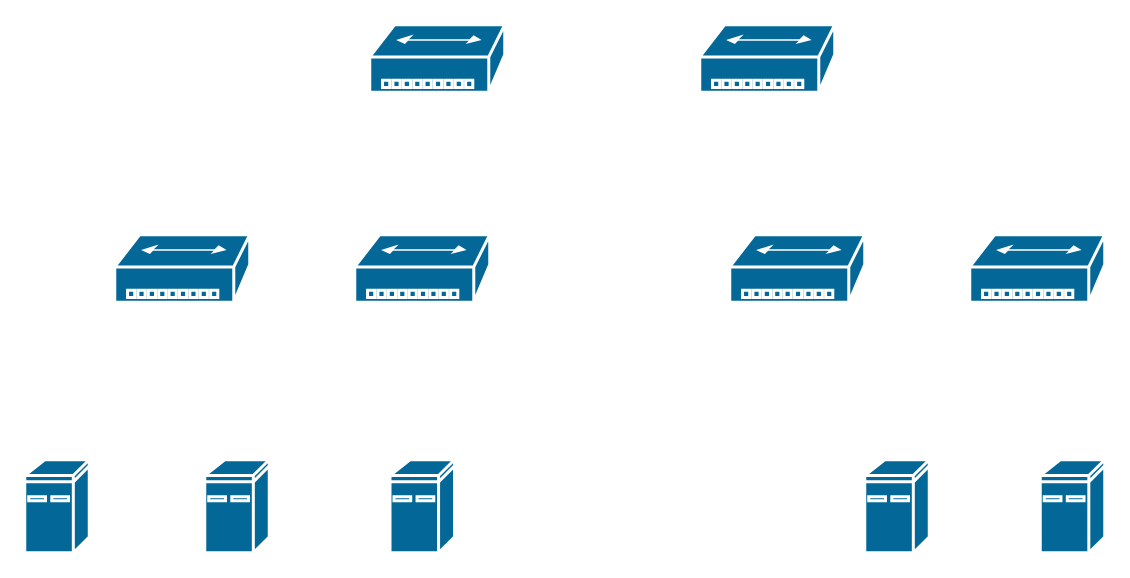
hel-2000/network-draw keeps this draw.io diagram as ib-h100.drawio. Above is the earlier version. Source tidied: cells renumbered, new cells numbered last; positions are measured from the earlier drawing's top-left corner, leaving out a move shared by most shapes. Both pictures are drawn from the tidied source at 150%, with x=0, y=0 at pixel (24, 24).
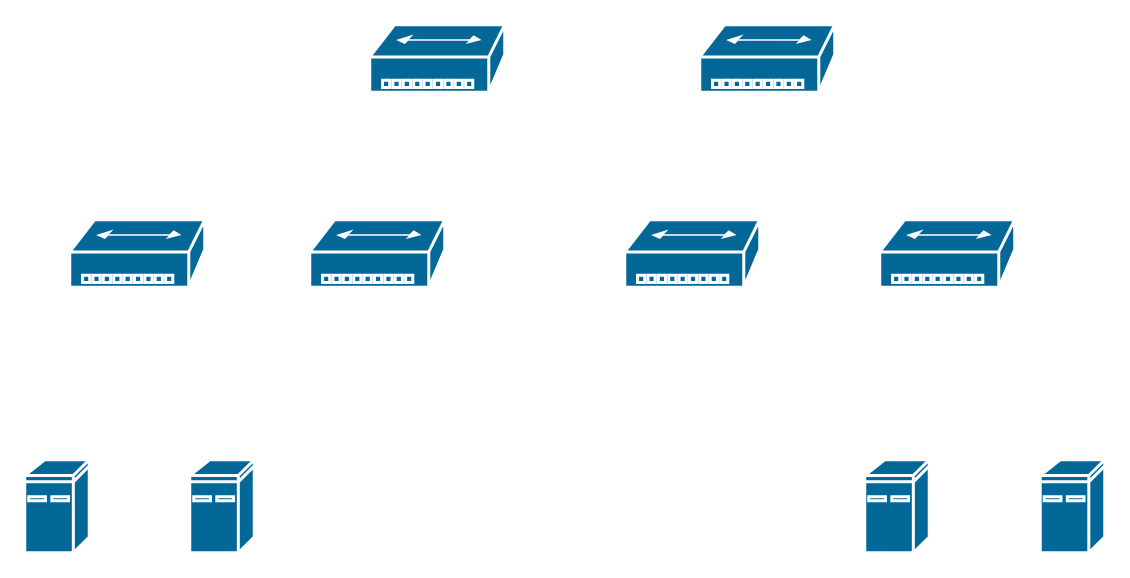
The same page after the edit.

What changed in the source:
```diff
@@
 <mxGraphModel>
   <root>
     <mxCell id="0" />
     <mxCell id="1" parent="0" />
     <mxCell id="2" style="shape=mxgraph.cisco.computers_and_peripherals.ibm_mini_as400;sketch=0;html=1;dashed=0;fillColor=#036897;strokeColor=#ffffff;strokeWidth=2;verticalLabelPosition=bottom;verticalAlign=top;align=center;" parent="1" vertex="1">
       <mxGeometry y="290" width="43" height="62" as="geometry" />
     </mxCell>
     <mxCell id="3" style="shape=mxgraph.cisco.hubs_and_gateways.small_hub;sketch=0;html=1;dashed=0;fillColor=#036897;strokeColor=#ffffff;strokeWidth=2;verticalLabelPosition=bottom;verticalAlign=top;align=center;" parent="1" vertex="1">
-      <mxGeometry x="60" y="140" width="90" height="45" as="geometry" />
+      <mxGeometry x="30" y="130" width="90" height="45" as="geometry" />
     </mxCell>
     <mxCell id="4" style="shape=mxgraph.cisco.hubs_and_gateways.small_hub;sketch=0;html=1;dashed=0;fillColor=#036897;strokeColor=#ffffff;strokeWidth=2;verticalLabelPosition=bottom;verticalAlign=top;align=center;" parent="1" vertex="1">
-      <mxGeometry x="220" y="140" width="90" height="45" as="geometry" />
+      <mxGeometry x="190" y="130" width="90" height="45" as="geometry" />
     </mxCell>
     <mxCell id="5" style="shape=mxgraph.cisco.computers_and_peripherals.ibm_mini_as400;sketch=0;html=1;dashed=0;fillColor=#036897;strokeColor=#ffffff;strokeWidth=2;verticalLabelPosition=bottom;verticalAlign=top;align=center;" parent="1" vertex="1">
-      <mxGeometry x="120" y="290" width="43" height="62" as="geometry" />
+      <mxGeometry x="110" y="290" width="43" height="62" as="geometry" />
     </mxCell>
-    <mxCell id="6" style="shape=mxgraph.cisco.computers_and_peripherals.ibm_mini_as400;sketch=0;html=1;dashed=0;fillColor=#036897;strokeColor=#ffffff;strokeWidth=2;verticalLabelPosition=bottom;verticalAlign=top;align=center;" parent="1" vertex="1">
-      <mxGeometry x="243.5" y="290" width="43" height="62" as="geometry" />
-    </mxCell>
     <mxCell id="7" style="shape=mxgraph.cisco.computers_and_peripherals.ibm_mini_as400;sketch=0;html=1;dashed=0;fillColor=#036897;strokeColor=#ffffff;strokeWidth=2;verticalLabelPosition=bottom;verticalAlign=top;align=center;" parent="1" vertex="1">
       <mxGeometry x="560" y="290" width="43" height="62" as="geometry" />
     </mxCell>
     <mxCell id="8" style="shape=mxgraph.cisco.hubs_and_gateways.small_hub;sketch=0;html=1;dashed=0;fillColor=#036897;strokeColor=#ffffff;strokeWidth=2;verticalLabelPosition=bottom;verticalAlign=top;align=center;" parent="1" vertex="1">
-      <mxGeometry x="470" y="140" width="90" height="45" as="geometry" />
+      <mxGeometry x="400" y="130" width="90" height="45" as="geometry" />
     </mxCell>
     <mxCell id="9" style="shape=mxgraph.cisco.hubs_and_gateways.small_hub;sketch=0;html=1;dashed=0;fillColor=#036897;strokeColor=#ffffff;strokeWidth=2;verticalLabelPosition=bottom;verticalAlign=top;align=center;" parent="1" vertex="1">
       <mxGeometry x="230" width="90" height="45" as="geometry" />
     </mxCell>
     <mxCell id="10" style="shape=mxgraph.cisco.hubs_and_gateways.small_hub;sketch=0;html=1;dashed=0;fillColor=#036897;strokeColor=#ffffff;strokeWidth=2;verticalLabelPosition=bottom;verticalAlign=top;align=center;" parent="1" vertex="1">
-      <mxGeometry x="630" y="140" width="90" height="45" as="geometry" />
+      <mxGeometry x="570" y="130" width="90" height="45" as="geometry" />
     </mxCell>
     <mxCell id="11" style="shape=mxgraph.cisco.hubs_and_gateways.small_hub;sketch=0;html=1;dashed=0;fillColor=#036897;strokeColor=#ffffff;strokeWidth=2;verticalLabelPosition=bottom;verticalAlign=top;align=center;" parent="1" vertex="1">
       <mxGeometry x="450" width="90" height="45" as="geometry" />
     </mxCell>
     <mxCell id="12" style="shape=mxgraph.cisco.computers_and_peripherals.ibm_mini_as400;sketch=0;html=1;dashed=0;fillColor=#036897;strokeColor=#ffffff;strokeWidth=2;verticalLabelPosition=bottom;verticalAlign=top;align=center;" parent="1" vertex="1">
       <mxGeometry x="677" y="290" width="43" height="62" as="geometry" />
     </mxCell>
   </root>
 </mxGraphModel>
```
